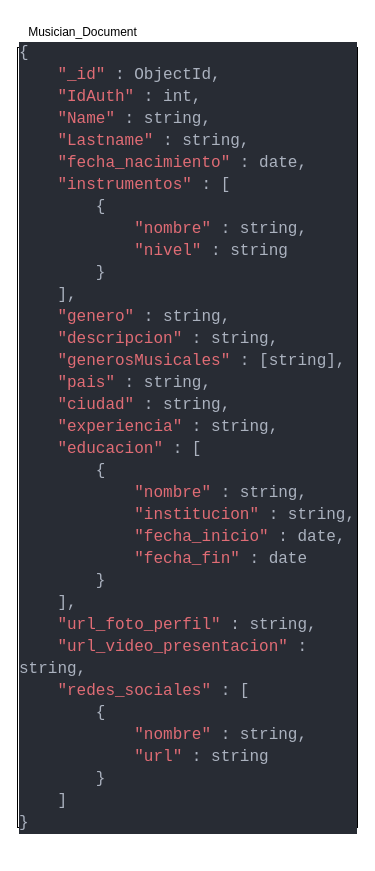
Earlier version of the draw.io diagram Base de datos/Musician/Musicians.drawio (moises-ph/Nodens-documentacion). Source tidied: cells renumbered, new cells numbered last; positions are measured from the earlier drawing's top-left corner, leaving out a move shared by most shapes. Both pictures are drawn from the tidied source at 100%, with x=0, y=0 at pixel (17, 17).
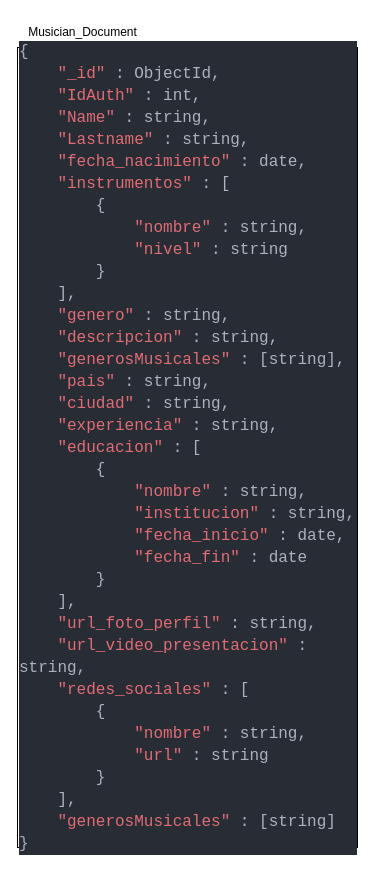
The same diagram, later.

Commit message (it also covers changes not shown here):
Musicians, muchos teléfonos

What changed in the source:
```diff
@@
 <mxGraphModel>
   <root>
     <mxCell id="0" />
     <mxCell id="1" parent="0" />
-    <mxCell id="2" value="&lt;div style=&quot;background-color: rgb(40, 44, 52); font-family: Consolas, &amp;quot;Courier New&amp;quot;, monospace; font-size: 16px; line-height: 22px;&quot;&gt;&lt;div style=&quot;color: rgb(171, 178, 191);&quot;&gt;{&lt;/div&gt;&lt;div style=&quot;&quot;&gt;&lt;span style=&quot;color: rgb(171, 178, 191);&quot;&gt;&amp;nbsp; &amp;nbsp; &lt;/span&gt;&lt;font color=&quot;#e06c75&quot;&gt;&quot;_id&quot;&lt;/font&gt;&lt;font color=&quot;#abb2bf&quot;&gt; : ObjectId,&lt;/font&gt;&lt;/div&gt;&lt;div style=&quot;color: rgb(171, 178, 191);&quot;&gt;&amp;nbsp; &amp;nbsp; &lt;span style=&quot;color: #e06c75;&quot;&gt;&quot;IdAuth&quot;&lt;/span&gt; : int,&lt;/div&gt;&lt;div style=&quot;&quot;&gt;&lt;span style=&quot;color: rgb(171, 178, 191);&quot;&gt;&amp;nbsp; &amp;nbsp;&amp;nbsp;&lt;/span&gt;&lt;font color=&quot;#e06c75&quot;&gt;&quot;Name&quot;&lt;/font&gt;&lt;font color=&quot;#abb2bf&quot;&gt;&amp;nbsp;: string,&lt;/font&gt;&lt;br&gt;&lt;/div&gt;&lt;div style=&quot;&quot;&gt;&lt;span style=&quot;color: rgb(171, 178, 191);&quot;&gt;&amp;nbsp; &amp;nbsp;&amp;nbsp;&lt;/span&gt;&lt;font color=&quot;#e06c75&quot;&gt;&quot;Lastname&quot;&lt;/font&gt;&lt;font color=&quot;#abb2bf&quot;&gt;&amp;nbsp;: string,&lt;/font&gt;&lt;br&gt;&lt;/div&gt;&lt;div style=&quot;color: rgb(171, 178, 191);&quot;&gt;&amp;nbsp; &amp;nbsp; &lt;span style=&quot;color: #e06c75;&quot;&gt;&quot;fecha_nacimiento&quot;&lt;/span&gt; : date,&lt;/div&gt;&lt;div style=&quot;color: rgb(171, 178, 191);&quot;&gt;&amp;nbsp; &amp;nbsp; &lt;span style=&quot;color: #e06c75;&quot;&gt;&quot;instrumentos&quot;&lt;/span&gt; : [&lt;/div&gt;&lt;div style=&quot;color: rgb(171, 178, 191);&quot;&gt;&amp;nbsp; &amp;nbsp; &amp;nbsp; &amp;nbsp; {&lt;/div&gt;&lt;div style=&quot;color: rgb(171, 178, 191);&quot;&gt;&amp;nbsp; &amp;nbsp; &amp;nbsp; &amp;nbsp; &amp;nbsp; &amp;nbsp; &lt;span style=&quot;color: #e06c75;&quot;&gt;&quot;nombre&quot;&lt;/span&gt; : string,&lt;/div&gt;&lt;div style=&quot;color: rgb(171, 178, 191);&quot;&gt;&amp;nbsp; &amp;nbsp; &amp;nbsp; &amp;nbsp; &amp;nbsp; &amp;nbsp; &lt;span style=&quot;color: #e06c75;&quot;&gt;&quot;nivel&quot;&lt;/span&gt; : string&lt;/div&gt;&lt;div style=&quot;color: rgb(171, 178, 191);&quot;&gt;&amp;nbsp; &amp;nbsp; &amp;nbsp; &amp;nbsp; }&lt;/div&gt;&lt;div style=&quot;color: rgb(171, 178, 191);&quot;&gt;&amp;nbsp; &amp;nbsp; ],&lt;/div&gt;&lt;div style=&quot;&quot;&gt;&lt;font color=&quot;#abb2bf&quot;&gt;&amp;nbsp; &amp;nbsp;&amp;nbsp;&lt;/font&gt;&lt;font color=&quot;#e06c75&quot;&gt;&quot;genero&quot;&lt;/font&gt;&lt;font color=&quot;#abb2bf&quot;&gt;&amp;nbsp;: string,&lt;/font&gt;&lt;br&gt;&lt;/div&gt;&lt;div style=&quot;&quot;&gt;&lt;font color=&quot;#abb2bf&quot;&gt;&amp;nbsp; &amp;nbsp;&amp;nbsp;&lt;/font&gt;&lt;font color=&quot;#e06c75&quot;&gt;&quot;descripcion&quot;&lt;/font&gt;&lt;font color=&quot;#abb2bf&quot;&gt;&amp;nbsp;: string,&lt;/font&gt;&lt;font color=&quot;#abb2bf&quot;&gt;&lt;br&gt;&lt;/font&gt;&lt;/div&gt;&lt;div style=&quot;color: rgb(171, 178, 191);&quot;&gt;&amp;nbsp; &amp;nbsp; &lt;span style=&quot;color: #e06c75;&quot;&gt;&quot;generosMusicales&quot;&lt;/span&gt; : [string],&lt;/div&gt;&lt;div style=&quot;color: rgb(171, 178, 191);&quot;&gt;&amp;nbsp; &amp;nbsp; &lt;span style=&quot;color: #e06c75;&quot;&gt;&quot;pais&quot;&lt;/span&gt; : string,&lt;/div&gt;&lt;div style=&quot;color: rgb(171, 178, 191);&quot;&gt;&amp;nbsp; &amp;nbsp; &lt;span style=&quot;color: #e06c75;&quot;&gt;&quot;ciudad&quot;&lt;/span&gt; : string,&lt;/div&gt;&lt;div style=&quot;color: rgb(171, 178, 191);&quot;&gt;&amp;nbsp; &amp;nbsp; &lt;span style=&quot;color: #e06c75;&quot;&gt;&quot;experiencia&quot;&lt;/span&gt; : string,&lt;/div&gt;&lt;div style=&quot;color: rgb(171, 178, 191);&quot;&gt;&amp;nbsp; &amp;nbsp; &lt;span style=&quot;color: #e06c75;&quot;&gt;&quot;educacion&quot;&lt;/span&gt; : [&lt;/div&gt;&lt;div style=&quot;color: rgb(171, 178, 191);&quot;&gt;&amp;nbsp; &amp;nbsp; &amp;nbsp; &amp;nbsp; {&lt;/div&gt;&lt;div style=&quot;color: rgb(171, 178, 191);&quot;&gt;&amp;nbsp; &amp;nbsp; &amp;nbsp; &amp;nbsp; &amp;nbsp; &amp;nbsp; &lt;span style=&quot;color: #e06c75;&quot;&gt;&quot;nombre&quot;&lt;/span&gt; : string,&lt;/div&gt;&lt;div style=&quot;color: rgb(171, 178, 191);&quot;&gt;&amp;nbsp; &amp;nbsp; &amp;nbsp; &amp;nbsp; &amp;nbsp; &amp;nbsp; &lt;span style=&quot;color: #e06c75;&quot;&gt;&quot;institucion&quot;&lt;/span&gt; : string,&lt;/div&gt;&lt;div style=&quot;color: rgb(171, 178, 191);&quot;&gt;&amp;nbsp; &amp;nbsp; &amp;nbsp; &amp;nbsp; &amp;nbsp; &amp;nbsp; &lt;span style=&quot;color: #e06c75;&quot;&gt;&quot;fecha_inicio&quot;&lt;/span&gt; : date,&lt;/div&gt;&lt;div style=&quot;color: rgb(171, 178, 191);&quot;&gt;&amp;nbsp; &amp;nbsp; &amp;nbsp; &amp;nbsp; &amp;nbsp; &amp;nbsp; &lt;span style=&quot;color: #e06c75;&quot;&gt;&quot;fecha_fin&quot;&lt;/span&gt; : date&lt;/div&gt;&lt;div style=&quot;color: rgb(171, 178, 191);&quot;&gt;&amp;nbsp; &amp;nbsp; &amp;nbsp; &amp;nbsp; }&lt;/div&gt;&lt;div style=&quot;color: rgb(171, 178, 191);&quot;&gt;&amp;nbsp; &amp;nbsp; ],&lt;/div&gt;&lt;div style=&quot;color: rgb(171, 178, 191);&quot;&gt;&amp;nbsp; &amp;nbsp; &lt;span style=&quot;color: #e06c75;&quot;&gt;&quot;url_foto_perfil&quot;&lt;/span&gt; : string,&lt;/div&gt;&lt;div style=&quot;color: rgb(171, 178, 191);&quot;&gt;&amp;nbsp; &amp;nbsp; &lt;span style=&quot;color: #e06c75;&quot;&gt;&quot;url_video_presentacion&quot;&lt;/span&gt; : string,&lt;/div&gt;&lt;div style=&quot;color: rgb(171, 178, 191);&quot;&gt;&amp;nbsp; &amp;nbsp; &lt;span style=&quot;color: #e06c75;&quot;&gt;&quot;redes_sociales&quot;&lt;/span&gt; : [&lt;/div&gt;&lt;div style=&quot;color: rgb(171, 178, 191);&quot;&gt;&amp;nbsp; &amp;nbsp; &amp;nbsp; &amp;nbsp; {&lt;/div&gt;&lt;div style=&quot;color: rgb(171, 178, 191);&quot;&gt;&amp;nbsp; &amp;nbsp; &amp;nbsp; &amp;nbsp; &amp;nbsp; &amp;nbsp; &lt;span style=&quot;color: #e06c75;&quot;&gt;&quot;nombre&quot;&lt;/span&gt; : string,&lt;/div&gt;&lt;div style=&quot;color: rgb(171, 178, 191);&quot;&gt;&amp;nbsp; &amp;nbsp; &amp;nbsp; &amp;nbsp; &amp;nbsp; &amp;nbsp; &lt;span style=&quot;color: #e06c75;&quot;&gt;&quot;url&quot;&lt;/span&gt; : string&lt;/div&gt;&lt;div style=&quot;color: rgb(171, 178, 191);&quot;&gt;&amp;nbsp; &amp;nbsp; &amp;nbsp; &amp;nbsp; }&lt;/div&gt;&lt;div style=&quot;color: rgb(171, 178, 191);&quot;&gt;&amp;nbsp; &amp;nbsp; ]&lt;/div&gt;&lt;div style=&quot;color: rgb(171, 178, 191);&quot;&gt;}&lt;/div&gt;&lt;/div&gt;" style="rounded=0;whiteSpace=wrap;html=1;align=left;" parent="1" vertex="1">
-      <mxGeometry y="30" width="340" height="780" as="geometry" />
+    <mxCell id="2" value="&lt;div style=&quot;background-color: rgb(40, 44, 52); font-family: Consolas, &amp;quot;Courier New&amp;quot;, monospace; font-size: 16px; line-height: 22px;&quot;&gt;&lt;div style=&quot;color: rgb(171, 178, 191);&quot;&gt;{&lt;/div&gt;&lt;div style=&quot;&quot;&gt;&lt;span style=&quot;color: rgb(171, 178, 191);&quot;&gt;&amp;nbsp; &amp;nbsp; &lt;/span&gt;&lt;font color=&quot;#e06c75&quot;&gt;&quot;_id&quot;&lt;/font&gt;&lt;font color=&quot;#abb2bf&quot;&gt; : ObjectId,&lt;/font&gt;&lt;/div&gt;&lt;div style=&quot;color: rgb(171, 178, 191);&quot;&gt;&amp;nbsp; &amp;nbsp; &lt;span style=&quot;color: #e06c75;&quot;&gt;&quot;IdAuth&quot;&lt;/span&gt; : int,&lt;/div&gt;&lt;div style=&quot;&quot;&gt;&lt;span style=&quot;color: rgb(171, 178, 191);&quot;&gt;&amp;nbsp; &amp;nbsp;&amp;nbsp;&lt;/span&gt;&lt;font color=&quot;#e06c75&quot;&gt;&quot;Name&quot;&lt;/font&gt;&lt;font color=&quot;#abb2bf&quot;&gt;&amp;nbsp;: string,&lt;/font&gt;&lt;br&gt;&lt;/div&gt;&lt;div style=&quot;&quot;&gt;&lt;span style=&quot;color: rgb(171, 178, 191);&quot;&gt;&amp;nbsp; &amp;nbsp;&amp;nbsp;&lt;/span&gt;&lt;font color=&quot;#e06c75&quot;&gt;&quot;Lastname&quot;&lt;/font&gt;&lt;font color=&quot;#abb2bf&quot;&gt;&amp;nbsp;: string,&lt;/font&gt;&lt;br&gt;&lt;/div&gt;&lt;div style=&quot;color: rgb(171, 178, 191);&quot;&gt;&amp;nbsp; &amp;nbsp; &lt;span style=&quot;color: #e06c75;&quot;&gt;&quot;fecha_nacimiento&quot;&lt;/span&gt; : date,&lt;/div&gt;&lt;div style=&quot;color: rgb(171, 178, 191);&quot;&gt;&amp;nbsp; &amp;nbsp; &lt;span style=&quot;color: #e06c75;&quot;&gt;&quot;instrumentos&quot;&lt;/span&gt; : [&lt;/div&gt;&lt;div style=&quot;color: rgb(171, 178, 191);&quot;&gt;&amp;nbsp; &amp;nbsp; &amp;nbsp; &amp;nbsp; {&lt;/div&gt;&lt;div style=&quot;color: rgb(171, 178, 191);&quot;&gt;&amp;nbsp; &amp;nbsp; &amp;nbsp; &amp;nbsp; &amp;nbsp; &amp;nbsp; &lt;span style=&quot;color: #e06c75;&quot;&gt;&quot;nombre&quot;&lt;/span&gt; : string,&lt;/div&gt;&lt;div style=&quot;color: rgb(171, 178, 191);&quot;&gt;&amp;nbsp; &amp;nbsp; &amp;nbsp; &amp;nbsp; &amp;nbsp; &amp;nbsp; &lt;span style=&quot;color: #e06c75;&quot;&gt;&quot;nivel&quot;&lt;/span&gt; : string&lt;/div&gt;&lt;div style=&quot;color: rgb(171, 178, 191);&quot;&gt;&amp;nbsp; &amp;nbsp; &amp;nbsp; &amp;nbsp; }&lt;/div&gt;&lt;div style=&quot;color: rgb(171, 178, 191);&quot;&gt;&amp;nbsp; &amp;nbsp; ],&lt;/div&gt;&lt;div style=&quot;&quot;&gt;&lt;font color=&quot;#abb2bf&quot;&gt;&amp;nbsp; &amp;nbsp;&amp;nbsp;&lt;/font&gt;&lt;font color=&quot;#e06c75&quot;&gt;&quot;genero&quot;&lt;/font&gt;&lt;font color=&quot;#abb2bf&quot;&gt;&amp;nbsp;: string,&lt;/font&gt;&lt;br&gt;&lt;/div&gt;&lt;div style=&quot;&quot;&gt;&lt;font color=&quot;#abb2bf&quot;&gt;&amp;nbsp; &amp;nbsp;&amp;nbsp;&lt;/font&gt;&lt;font color=&quot;#e06c75&quot;&gt;&quot;descripcion&quot;&lt;/font&gt;&lt;font color=&quot;#abb2bf&quot;&gt;&amp;nbsp;: string,&lt;/font&gt;&lt;font color=&quot;#abb2bf&quot;&gt;&lt;br&gt;&lt;/font&gt;&lt;/div&gt;&lt;div style=&quot;color: rgb(171, 178, 191);&quot;&gt;&amp;nbsp; &amp;nbsp; &lt;span style=&quot;color: #e06c75;&quot;&gt;&quot;generosMusicales&quot;&lt;/span&gt; : [string],&lt;/div&gt;&lt;div style=&quot;color: rgb(171, 178, 191);&quot;&gt;&amp;nbsp; &amp;nbsp; &lt;span style=&quot;color: #e06c75;&quot;&gt;&quot;pais&quot;&lt;/span&gt; : string,&lt;/div&gt;&lt;div style=&quot;color: rgb(171, 178, 191);&quot;&gt;&amp;nbsp; &amp;nbsp; &lt;span style=&quot;color: #e06c75;&quot;&gt;&quot;ciudad&quot;&lt;/span&gt; : string,&lt;/div&gt;&lt;div style=&quot;color: rgb(171, 178, 191);&quot;&gt;&amp;nbsp; &amp;nbsp; &lt;span style=&quot;color: #e06c75;&quot;&gt;&quot;experiencia&quot;&lt;/span&gt; : string,&lt;/div&gt;&lt;div style=&quot;color: rgb(171, 178, 191);&quot;&gt;&amp;nbsp; &amp;nbsp; &lt;span style=&quot;color: #e06c75;&quot;&gt;&quot;educacion&quot;&lt;/span&gt; : [&lt;/div&gt;&lt;div style=&quot;color: rgb(171, 178, 191);&quot;&gt;&amp;nbsp; &amp;nbsp; &amp;nbsp; &amp;nbsp; {&lt;/div&gt;&lt;div style=&quot;color: rgb(171, 178, 191);&quot;&gt;&amp;nbsp; &amp;nbsp; &amp;nbsp; &amp;nbsp; &amp;nbsp; &amp;nbsp; &lt;span style=&quot;color: #e06c75;&quot;&gt;&quot;nombre&quot;&lt;/span&gt; : string,&lt;/div&gt;&lt;div style=&quot;color: rgb(171, 178, 191);&quot;&gt;&amp;nbsp; &amp;nbsp; &amp;nbsp; &amp;nbsp; &amp;nbsp; &amp;nbsp; &lt;span style=&quot;color: #e06c75;&quot;&gt;&quot;institucion&quot;&lt;/span&gt; : string,&lt;/div&gt;&lt;div style=&quot;color: rgb(171, 178, 191);&quot;&gt;&amp;nbsp; &amp;nbsp; &amp;nbsp; &amp;nbsp; &amp;nbsp; &amp;nbsp; &lt;span style=&quot;color: #e06c75;&quot;&gt;&quot;fecha_inicio&quot;&lt;/span&gt; : date,&lt;/div&gt;&lt;div style=&quot;color: rgb(171, 178, 191);&quot;&gt;&amp;nbsp; &amp;nbsp; &amp;nbsp; &amp;nbsp; &amp;nbsp; &amp;nbsp; &lt;span style=&quot;color: #e06c75;&quot;&gt;&quot;fecha_fin&quot;&lt;/span&gt; : date&lt;/div&gt;&lt;div style=&quot;color: rgb(171, 178, 191);&quot;&gt;&amp;nbsp; &amp;nbsp; &amp;nbsp; &amp;nbsp; }&lt;/div&gt;&lt;div style=&quot;color: rgb(171, 178, 191);&quot;&gt;&amp;nbsp; &amp;nbsp; ],&lt;/div&gt;&lt;div style=&quot;color: rgb(171, 178, 191);&quot;&gt;&amp;nbsp; &amp;nbsp; &lt;span style=&quot;color: #e06c75;&quot;&gt;&quot;url_foto_perfil&quot;&lt;/span&gt; : string,&lt;/div&gt;&lt;div style=&quot;color: rgb(171, 178, 191);&quot;&gt;&amp;nbsp; &amp;nbsp; &lt;span style=&quot;color: #e06c75;&quot;&gt;&quot;url_video_presentacion&quot;&lt;/span&gt; : string,&lt;/div&gt;&lt;div style=&quot;color: rgb(171, 178, 191);&quot;&gt;&amp;nbsp; &amp;nbsp; &lt;span style=&quot;color: #e06c75;&quot;&gt;&quot;redes_sociales&quot;&lt;/span&gt; : [&lt;/div&gt;&lt;div style=&quot;color: rgb(171, 178, 191);&quot;&gt;&amp;nbsp; &amp;nbsp; &amp;nbsp; &amp;nbsp; {&lt;/div&gt;&lt;div style=&quot;color: rgb(171, 178, 191);&quot;&gt;&amp;nbsp; &amp;nbsp; &amp;nbsp; &amp;nbsp; &amp;nbsp; &amp;nbsp; &lt;span style=&quot;color: #e06c75;&quot;&gt;&quot;nombre&quot;&lt;/span&gt; : string,&lt;/div&gt;&lt;div style=&quot;color: rgb(171, 178, 191);&quot;&gt;&amp;nbsp; &amp;nbsp; &amp;nbsp; &amp;nbsp; &amp;nbsp; &amp;nbsp; &lt;span style=&quot;color: #e06c75;&quot;&gt;&quot;url&quot;&lt;/span&gt; : string&lt;/div&gt;&lt;div style=&quot;color: rgb(171, 178, 191);&quot;&gt;&amp;nbsp; &amp;nbsp; &amp;nbsp; &amp;nbsp; }&lt;/div&gt;&lt;div style=&quot;color: rgb(171, 178, 191);&quot;&gt;&amp;nbsp; &amp;nbsp; ],&lt;/div&gt;&lt;div style=&quot;&quot;&gt;&lt;font color=&quot;#abb2bf&quot;&gt;&amp;nbsp; &amp;nbsp;&amp;nbsp;&lt;/font&gt;&lt;font color=&quot;#e06c75&quot;&gt;&quot;generosMusicales&quot;&lt;/font&gt;&lt;font color=&quot;#abb2bf&quot;&gt;&amp;nbsp;: [string]&lt;/font&gt;&lt;br&gt;&lt;/div&gt;&lt;div style=&quot;color: rgb(171, 178, 191);&quot;&gt;}&lt;/div&gt;&lt;/div&gt;" style="rounded=0;whiteSpace=wrap;html=1;align=left;" parent="1" vertex="1">
+      <mxGeometry y="30" width="340" height="800" as="geometry" />
     </mxCell>
     <mxCell id="3" value="Musician_Document" style="text;html=1;align=center;verticalAlign=middle;strokeColor=none;fillColor=none;" parent="1" vertex="1">
       <mxGeometry width="130" height="30" as="geometry" />
     </mxCell>
   </root>
 </mxGraphModel>
```
